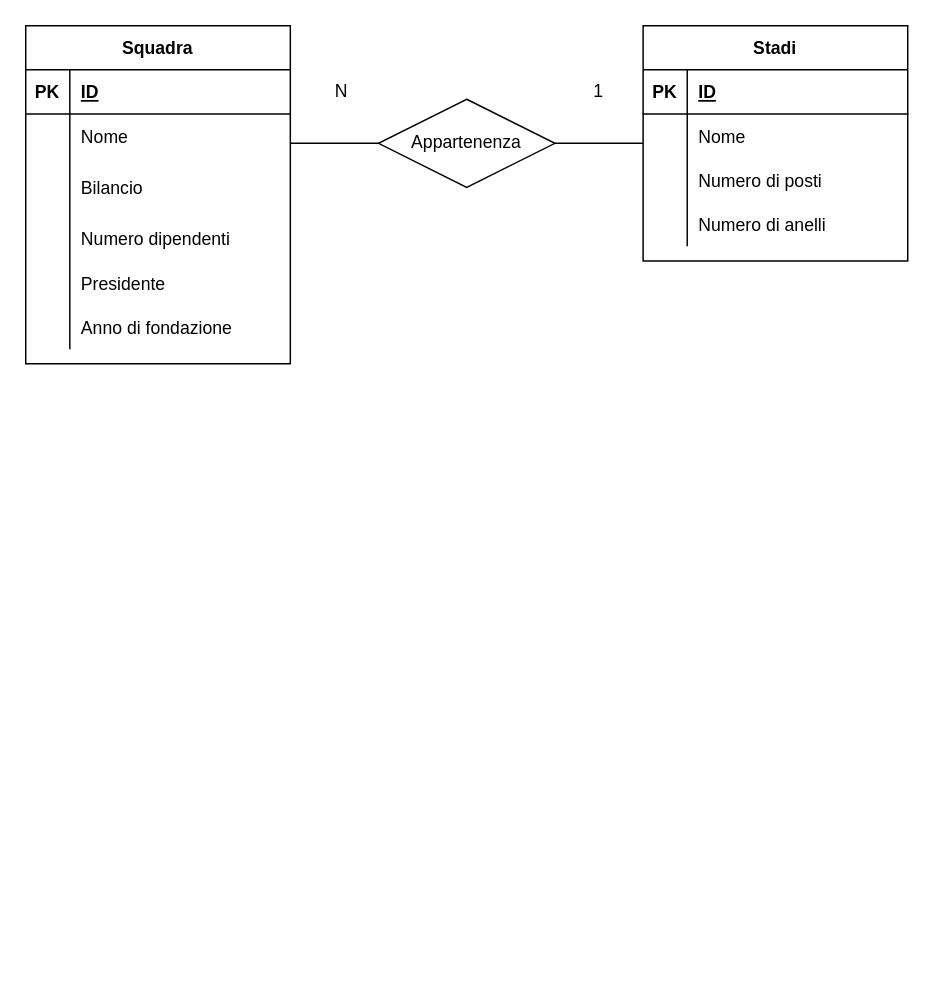
Earlier version of the draw.io diagram figc_ER.drawio (Michelangelo1999/database). Source tidied: cells renumbered, new cells numbered last; positions are measured from the earlier drawing's top-left corner, leaving out a move shared by most shapes. Both pictures are drawn from the tidied source at 147%, with x=0, y=0 at pixel (25, 25).
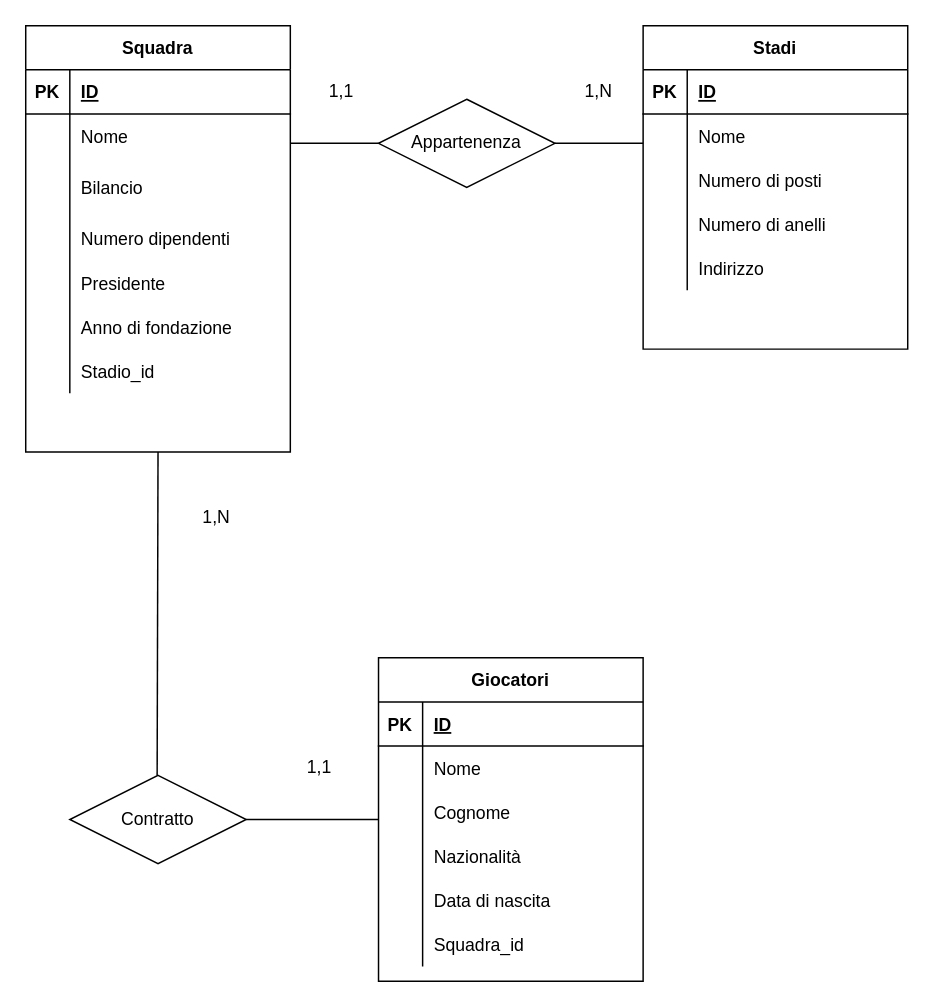
The same diagram, later.

Commit message:
add tabella giocatori

The edit, as a diff of the source:
```diff
@@
     <mxCell id="2" value="Squadra" style="shape=table;startSize=30;childLayout=tableLayout;rowLines=0;fontStyle=1;align=center;hachureGap=4;" parent="1" vertex="1">
-      <mxGeometry width="180" height="230" as="geometry" />
+      <mxGeometry width="180" height="290" as="geometry" />
     </mxCell>
@@
+    <mxCell id="39" style="shape=tableRow;horizontal=0;startSize=0;swimlaneHead=0;swimlaneBody=0;fillColor=none;top=0;left=0;right=0;bottom=0;hachureGap=4;" parent="2" vertex="1">
+      <mxGeometry y="220" width="180" height="30" as="geometry" />
+    </mxCell>
+    <mxCell id="40" style="shape=partialRectangle;fillColor=none;top=0;left=0;bottom=0;right=0;overflow=hidden;hachureGap=4;" parent="39" vertex="1">
+      <mxGeometry width="30" height="30" as="geometry" />
+    </mxCell>
+    <mxCell id="41" value="Stadio_id" style="shape=partialRectangle;fillColor=none;top=0;left=0;bottom=0;right=0;align=left;spacingLeft=6;overflow=hidden;hachureGap=4;" parent="39" vertex="1">
+      <mxGeometry x="30" width="150" height="30" as="geometry" />
+    </mxCell>
     <mxCell id="21" value="Stadi" style="shape=table;startSize=30;childLayout=tableLayout;rowLines=0;fontStyle=1;align=center;hachureGap=4;" parent="1" vertex="1">
-      <mxGeometry x="420" width="180" height="160" as="geometry" />
+      <mxGeometry x="420" width="180" height="220" as="geometry" />
     </mxCell>
@@
+    <mxCell id="42" style="shape=tableRow;horizontal=0;startSize=0;swimlaneHead=0;swimlaneBody=0;fillColor=none;top=0;left=0;right=0;bottom=0;hachureGap=4;" parent="21" vertex="1">
+      <mxGeometry y="150" width="180" height="30" as="geometry" />
+    </mxCell>
+    <mxCell id="43" style="shape=partialRectangle;fillColor=none;top=0;left=0;bottom=0;right=0;overflow=hidden;hachureGap=4;" parent="42" vertex="1">
+      <mxGeometry width="30" height="30" as="geometry" />
+    </mxCell>
+    <mxCell id="44" value="Indirizzo" style="shape=partialRectangle;fillColor=none;top=0;left=0;bottom=0;right=0;align=left;spacingLeft=6;overflow=hidden;hachureGap=4;" parent="42" vertex="1">
+      <mxGeometry x="30" width="150" height="30" as="geometry" />
+    </mxCell>
@@
-    <mxCell id="37" value="N" style="text;html=1;strokeColor=none;fillColor=none;align=center;verticalAlign=middle;whiteSpace=wrap;rounded=0;hachureGap=4;" parent="1" vertex="1">
+    <mxCell id="37" value="1,1" style="text;html=1;strokeColor=none;fillColor=none;align=center;verticalAlign=middle;whiteSpace=wrap;rounded=0;hachureGap=4;" parent="1" vertex="1">
       <mxGeometry x="185" y="30" width="60" height="30" as="geometry" />
     </mxCell>
-    <mxCell id="38" value="1" style="text;html=1;strokeColor=none;fillColor=none;align=center;verticalAlign=middle;whiteSpace=wrap;rounded=0;hachureGap=4;" parent="1" vertex="1">
+    <mxCell id="38" value="1,N" style="text;html=1;strokeColor=none;fillColor=none;align=center;verticalAlign=middle;whiteSpace=wrap;rounded=0;hachureGap=4;" parent="1" vertex="1">
       <mxGeometry x="360" y="30" width="60" height="30" as="geometry" />
     </mxCell>
+    <mxCell id="45" value="Giocatori" style="shape=table;startSize=30;childLayout=tableLayout;rowLines=0;fontStyle=1;align=center;hachureGap=4;" parent="1" vertex="1">
+      <mxGeometry x="240" y="430" width="180" height="220" as="geometry" />
+    </mxCell>
+    <mxCell id="46" style="shape=tableRow;horizontal=0;startSize=0;swimlaneHead=0;swimlaneBody=0;fillColor=none;top=0;left=0;right=0;bottom=1;hachureGap=4;" parent="45" vertex="1">
+      <mxGeometry y="30" width="180" height="30" as="geometry" />
+    </mxCell>
+    <mxCell id="47" value="PK" style="shape=partialRectangle;fillColor=none;top=0;left=0;bottom=0;right=0;fontStyle=1;overflow=hidden;hachureGap=4;" parent="46" vertex="1">
+      <mxGeometry width="30" height="30" as="geometry" />
+    </mxCell>
+    <mxCell id="48" value="ID" style="shape=partialRectangle;fillColor=none;top=0;left=0;bottom=0;right=0;align=left;spacingLeft=6;fontStyle=5;overflow=hidden;hachureGap=4;" parent="46" vertex="1">
+      <mxGeometry x="30" width="150" height="30" as="geometry" />
+    </mxCell>
+    <mxCell id="49" style="shape=tableRow;horizontal=0;startSize=0;swimlaneHead=0;swimlaneBody=0;fillColor=none;top=0;left=0;right=0;bottom=0;hachureGap=4;" parent="45" vertex="1">
+      <mxGeometry y="60" width="180" height="30" as="geometry" />
+    </mxCell>
+    <mxCell id="50" style="shape=partialRectangle;fillColor=none;top=0;left=0;bottom=0;right=0;overflow=hidden;hachureGap=4;" parent="49" vertex="1">
+      <mxGeometry width="30" height="30" as="geometry" />
+    </mxCell>
+    <mxCell id="51" value="Nome" style="shape=partialRectangle;fillColor=none;top=0;left=0;bottom=0;right=0;align=left;spacingLeft=6;overflow=hidden;hachureGap=4;" parent="49" vertex="1">
+      <mxGeometry x="30" width="150" height="30" as="geometry" />
+    </mxCell>
+    <mxCell id="52" style="shape=tableRow;horizontal=0;startSize=0;swimlaneHead=0;swimlaneBody=0;fillColor=none;top=0;left=0;right=0;bottom=0;hachureGap=4;" parent="45" vertex="1">
+      <mxGeometry y="90" width="180" height="30" as="geometry" />
+    </mxCell>
+    <mxCell id="53" style="shape=partialRectangle;fillColor=none;top=0;left=0;bottom=0;right=0;overflow=hidden;hachureGap=4;" parent="52" vertex="1">
+      <mxGeometry width="30" height="30" as="geometry" />
+    </mxCell>
+    <mxCell id="54" value="Cognome" style="shape=partialRectangle;fillColor=none;top=0;left=0;bottom=0;right=0;align=left;spacingLeft=6;overflow=hidden;hachureGap=4;" parent="52" vertex="1">
+      <mxGeometry x="30" width="150" height="30" as="geometry" />
+    </mxCell>
+    <mxCell id="55" style="shape=tableRow;horizontal=0;startSize=0;swimlaneHead=0;swimlaneBody=0;fillColor=none;top=0;left=0;right=0;bottom=0;hachureGap=4;" parent="45" vertex="1">
+      <mxGeometry y="120" width="180" height="30" as="geometry" />
+    </mxCell>
+    <mxCell id="56" style="shape=partialRectangle;fillColor=none;top=0;left=0;bottom=0;right=0;overflow=hidden;hachureGap=4;" parent="55" vertex="1">
+      <mxGeometry width="30" height="30" as="geometry" />
+    </mxCell>
+    <mxCell id="57" value="Nazionalità" style="shape=partialRectangle;fillColor=none;top=0;left=0;bottom=0;right=0;align=left;spacingLeft=6;overflow=hidden;hachureGap=4;" parent="55" vertex="1">
+      <mxGeometry x="30" width="150" height="30" as="geometry" />
+    </mxCell>
+    <mxCell id="58" style="shape=tableRow;horizontal=0;startSize=0;swimlaneHead=0;swimlaneBody=0;fillColor=none;top=0;left=0;right=0;bottom=0;hachureGap=4;" parent="45" vertex="1">
+      <mxGeometry y="150" width="180" height="30" as="geometry" />
+    </mxCell>
+    <mxCell id="59" style="shape=partialRectangle;fillColor=none;top=0;left=0;bottom=0;right=0;overflow=hidden;hachureGap=4;" parent="58" vertex="1">
+      <mxGeometry width="30" height="30" as="geometry" />
+    </mxCell>
+    <mxCell id="60" value="Data di nascita" style="shape=partialRectangle;fillColor=none;top=0;left=0;bottom=0;right=0;align=left;spacingLeft=6;overflow=hidden;hachureGap=4;" parent="58" vertex="1">
+      <mxGeometry x="30" width="150" height="30" as="geometry" />
+    </mxCell>
+    <mxCell id="61" style="shape=tableRow;horizontal=0;startSize=0;swimlaneHead=0;swimlaneBody=0;fillColor=none;top=0;left=0;right=0;bottom=0;hachureGap=4;" parent="45" vertex="1">
+      <mxGeometry y="180" width="180" height="30" as="geometry" />
+    </mxCell>
+    <mxCell id="62" style="shape=partialRectangle;fillColor=none;top=0;left=0;bottom=0;right=0;overflow=hidden;hachureGap=4;" parent="61" vertex="1">
+      <mxGeometry width="30" height="30" as="geometry" />
+    </mxCell>
+    <mxCell id="63" value="Squadra_id" style="shape=partialRectangle;fillColor=none;top=0;left=0;bottom=0;right=0;align=left;spacingLeft=6;overflow=hidden;hachureGap=4;" parent="61" vertex="1">
+      <mxGeometry x="30" width="150" height="30" as="geometry" />
+    </mxCell>
+    <mxCell id="64" value="Contratto" style="shape=rhombus;perimeter=rhombusPerimeter;whiteSpace=wrap;html=1;align=center;hachureGap=4;" parent="1" vertex="1">
+      <mxGeometry x="30" y="510" width="120" height="60" as="geometry" />
+    </mxCell>
+    <mxCell id="65" style="line;strokeWidth=1;dashed=0;labelPosition=right;align=left;verticalAlign=middle;spacingTop=0;spacingLeft=6;hachureGap=4;" parent="1" vertex="1">
+      <mxGeometry x="150" y="535" width="90" height="10" as="geometry" />
+    </mxCell>
+    <mxCell id="66" style="endArrow=none;html=1;rounded=0;startSize=14;endSize=14;sourcePerimeterSpacing=8;targetPerimeterSpacing=8;curved=1;entryX=0.5;entryY=1;entryDx=0;entryDy=0;" parent="1" edge="1" target="2">
+      <mxGeometry relative="1" as="geometry">
+        <mxPoint x="89.4" y="510" as="sourcePoint" />
+      </mxGeometry>
+    </mxCell>
+    <mxCell id="67" value="1,N" style="text;strokeColor=none;fillColor=none;html=1;align=center;verticalAlign=middle;whiteSpace=wrap;rounded=0;hachureGap=4;" parent="1" vertex="1">
+      <mxGeometry x="100" y="320" width="60" height="30" as="geometry" />
+    </mxCell>
+    <mxCell id="68" value="1,1" style="text;strokeColor=none;fillColor=none;html=1;align=center;verticalAlign=middle;whiteSpace=wrap;rounded=0;hachureGap=4;" parent="1" vertex="1">
+      <mxGeometry x="170" y="490" width="60" height="30" as="geometry" />
+    </mxCell>
```
